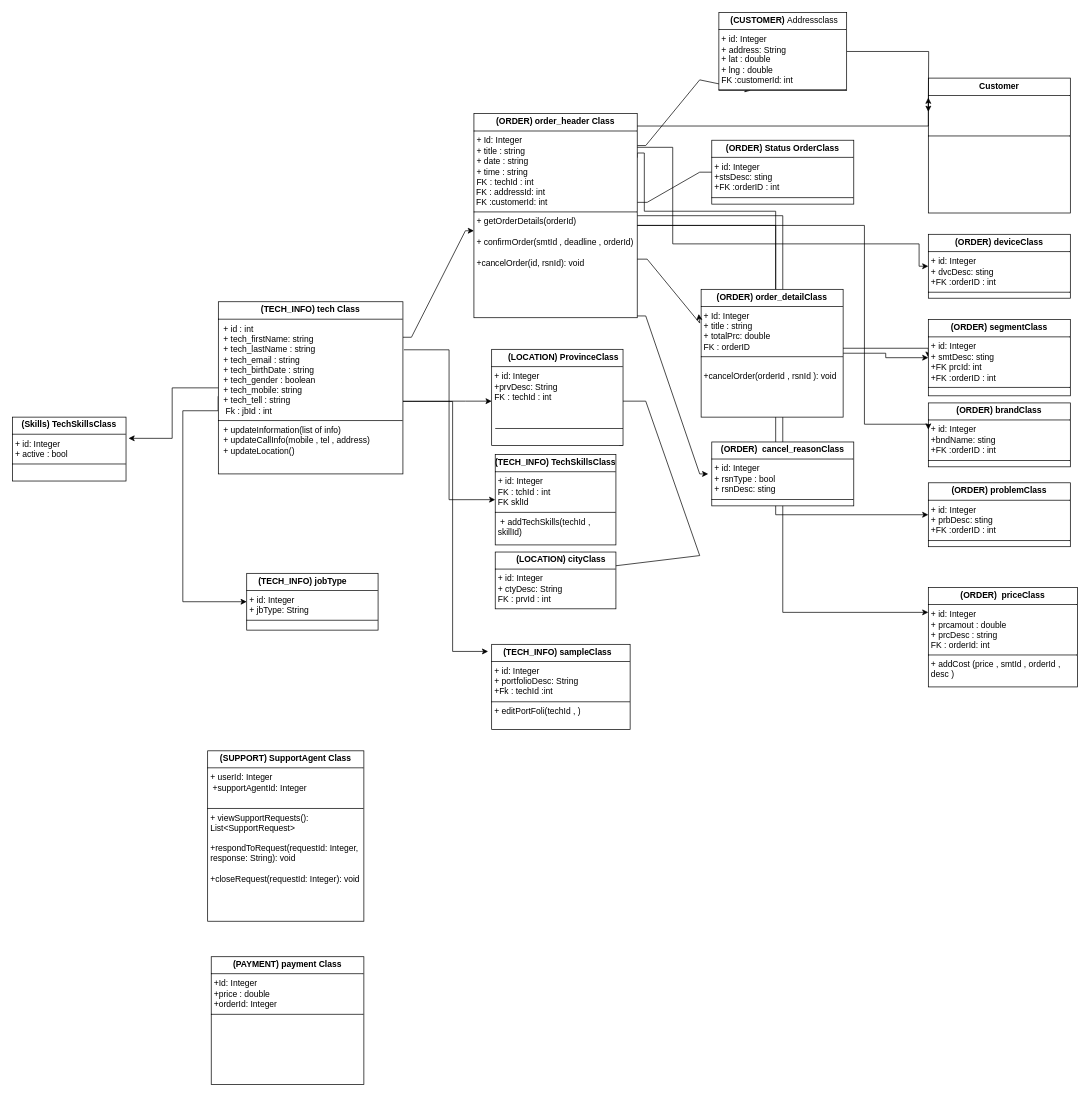
Above: tech.drawio in reyhanehSP/pwaTech (draw.io), before the change. Source tidied: cells renumbered, new cells numbered last; positions are measured from the earlier drawing's top-left corner, leaving out a move shared by most shapes. Both pictures are drawn from the tidied source at 71%, with x=0, y=0 at pixel (12, 12).
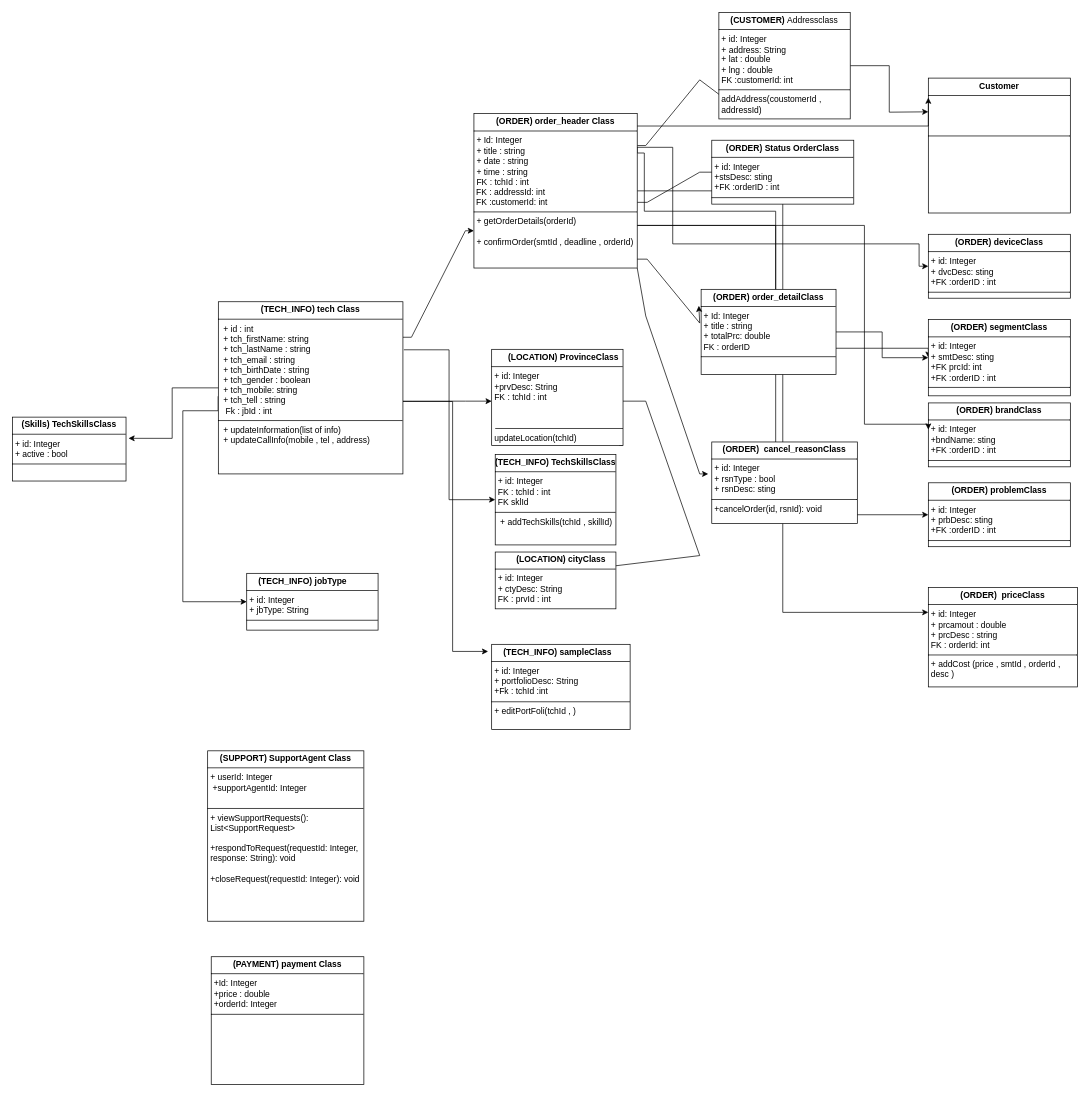
The same diagram, later.

Diff of the diagram source:
```diff
@@
-    <mxCell id="7" value="&lt;p style=&quot;margin:0px;margin-top:4px;text-align:center;&quot;&gt;&lt;b&gt;(TECH_INFO) tech Class&lt;/b&gt;&lt;/p&gt;&lt;hr size=&quot;1&quot; style=&quot;border-style:solid;&quot;&gt;&lt;p style=&quot;margin:0px;margin-left:4px;&quot;&gt;&amp;nbsp;+ id : int&lt;br&gt;&amp;nbsp;+ tech_firstName: string&lt;/p&gt;&lt;p style=&quot;margin:0px;margin-left:4px;&quot;&gt;&amp;nbsp;+&amp;nbsp;&lt;span style=&quot;background-color: initial;&quot;&gt;tech_&lt;/span&gt;&lt;span style=&quot;background-color: initial;&quot;&gt;lastName : string&lt;/span&gt;&lt;/p&gt;&lt;p style=&quot;margin:0px;margin-left:4px;&quot;&gt;&amp;nbsp;+&amp;nbsp;&lt;span style=&quot;background-color: initial;&quot;&gt;tech_&lt;/span&gt;&lt;span style=&quot;background-color: initial;&quot;&gt;email : string&lt;/span&gt;&lt;/p&gt;&lt;p style=&quot;margin:0px;margin-left:4px;&quot;&gt;&amp;nbsp;+ tech_birthDate : string&lt;/p&gt;&lt;p style=&quot;margin:0px;margin-left:4px;&quot;&gt;&amp;nbsp;+ tech_gender : boolean&lt;/p&gt;&lt;p style=&quot;margin:0px;margin-left:4px;&quot;&gt;&lt;span style=&quot;background-color: initial;&quot;&gt;&amp;nbsp;+ tech_mobile: string&lt;/span&gt;&lt;/p&gt;&lt;p style=&quot;margin:0px;margin-left:4px;&quot;&gt;&amp;nbsp;+ tech_tell : string&lt;/p&gt;&lt;p style=&quot;margin:0px;margin-left:4px;&quot;&gt;&amp;nbsp; Fk : jbId : int&lt;/p&gt;&lt;hr size=&quot;1&quot; style=&quot;border-style:solid;&quot;&gt;&lt;p style=&quot;margin:0px;margin-left:4px;&quot;&gt;&amp;nbsp;+ updateInformation(list of info)&lt;/p&gt;&lt;p style=&quot;margin:0px;margin-left:4px;&quot;&gt;&amp;nbsp;+ updateCallInfo(mobile , tel , address)&lt;br&gt;&amp;nbsp;+ updateLocation()&lt;br&gt;&amp;nbsp;&lt;br&gt;&amp;nbsp;&lt;br&gt;&lt;/p&gt;" style="verticalAlign=top;align=left;overflow=fill;html=1;whiteSpace=wrap;" parent="1" vertex="1">
+    <mxCell id="7" value="&lt;p style=&quot;margin:0px;margin-top:4px;text-align:center;&quot;&gt;&lt;b&gt;(TECH_INFO) tech Class&lt;/b&gt;&lt;/p&gt;&lt;hr size=&quot;1&quot; style=&quot;border-style:solid;&quot;&gt;&lt;p style=&quot;margin:0px;margin-left:4px;&quot;&gt;&amp;nbsp;+ id : int&lt;br&gt;&amp;nbsp;+ tch_firstName: string&lt;/p&gt;&lt;p style=&quot;margin:0px;margin-left:4px;&quot;&gt;&amp;nbsp;+&amp;nbsp;&lt;span style=&quot;background-color: initial;&quot;&gt;tch_&lt;/span&gt;&lt;span style=&quot;background-color: initial;&quot;&gt;lastName : string&lt;/span&gt;&lt;/p&gt;&lt;p style=&quot;margin:0px;margin-left:4px;&quot;&gt;&amp;nbsp;+&amp;nbsp;&lt;span style=&quot;background-color: initial;&quot;&gt;tch_&lt;/span&gt;&lt;span style=&quot;background-color: initial;&quot;&gt;email : string&lt;/span&gt;&lt;/p&gt;&lt;p style=&quot;margin:0px;margin-left:4px;&quot;&gt;&amp;nbsp;+ tch_birthDate : string&lt;/p&gt;&lt;p style=&quot;margin:0px;margin-left:4px;&quot;&gt;&amp;nbsp;+ tch_gender : boolean&lt;/p&gt;&lt;p style=&quot;margin:0px;margin-left:4px;&quot;&gt;&lt;span style=&quot;background-color: initial;&quot;&gt;&amp;nbsp;+ tch_mobile: string&lt;/span&gt;&lt;/p&gt;&lt;p style=&quot;margin:0px;margin-left:4px;&quot;&gt;&amp;nbsp;+ tch_tell : string&lt;/p&gt;&lt;p style=&quot;margin:0px;margin-left:4px;&quot;&gt;&amp;nbsp; Fk : jbId : int&lt;/p&gt;&lt;hr size=&quot;1&quot; style=&quot;border-style:solid;&quot;&gt;&lt;p style=&quot;margin:0px;margin-left:4px;&quot;&gt;&amp;nbsp;+ updateInformation(list of info)&lt;/p&gt;&lt;p style=&quot;margin:0px;margin-left:4px;&quot;&gt;&amp;nbsp;+ updateCallInfo(mobile , tel , address)&lt;br&gt;&amp;nbsp;&lt;br&gt;&amp;nbsp;&lt;br&gt;&amp;nbsp;&lt;br&gt;&lt;/p&gt;" style="verticalAlign=top;align=left;overflow=fill;html=1;whiteSpace=wrap;" parent="1" vertex="1">
       <mxGeometry x="290" y="407.5" width="260" height="242.5" as="geometry" />
     </mxCell>
-    <mxCell id="8" value="&lt;p style=&quot;margin:0px;margin-top:4px;text-align:center;&quot;&gt;&lt;b style=&quot;background-color: initial;&quot;&gt;(&lt;/b&gt;&lt;b&gt;TECH_INFO&lt;/b&gt;&lt;b style=&quot;background-color: initial;&quot;&gt;) Tech&lt;/b&gt;&lt;b&gt;&lt;span style=&quot;background-color: initial; text-align: left;&quot;&gt;SkillsC&lt;/span&gt;lass&lt;/b&gt;&lt;/p&gt;&lt;hr size=&quot;1&quot; style=&quot;border-style:solid;&quot;&gt;&lt;p style=&quot;margin:0px;margin-left:4px;&quot;&gt;+ id: Integer&lt;/p&gt;&lt;p style=&quot;margin:0px;margin-left:4px;&quot;&gt;FK : tchId : int&lt;/p&gt;&lt;p style=&quot;margin:0px;margin-left:4px;&quot;&gt;FK sklId&lt;/p&gt;&lt;hr size=&quot;1&quot; style=&quot;border-style:solid;&quot;&gt;&lt;p style=&quot;margin:0px;margin-left:4px;&quot;&gt;&amp;nbsp;+ addTech&lt;span style=&quot;background-color: initial;&quot;&gt;Skills(techId , skillId)&lt;/span&gt;&lt;/p&gt;" style="verticalAlign=top;align=left;overflow=fill;html=1;whiteSpace=wrap;" parent="1" vertex="1">
+    <mxCell id="8" value="&lt;p style=&quot;margin:0px;margin-top:4px;text-align:center;&quot;&gt;&lt;b style=&quot;background-color: initial;&quot;&gt;(&lt;/b&gt;&lt;b&gt;TECH_INFO&lt;/b&gt;&lt;b style=&quot;background-color: initial;&quot;&gt;) Tech&lt;/b&gt;&lt;b&gt;&lt;span style=&quot;background-color: initial; text-align: left;&quot;&gt;SkillsC&lt;/span&gt;lass&lt;/b&gt;&lt;/p&gt;&lt;hr size=&quot;1&quot; style=&quot;border-style:solid;&quot;&gt;&lt;p style=&quot;margin:0px;margin-left:4px;&quot;&gt;+ id: Integer&lt;/p&gt;&lt;p style=&quot;margin:0px;margin-left:4px;&quot;&gt;FK : tchId : int&lt;/p&gt;&lt;p style=&quot;margin:0px;margin-left:4px;&quot;&gt;FK sklId&lt;/p&gt;&lt;hr size=&quot;1&quot; style=&quot;border-style:solid;&quot;&gt;&lt;p style=&quot;margin:0px;margin-left:4px;&quot;&gt;&amp;nbsp;+ addTech&lt;span style=&quot;background-color: initial;&quot;&gt;Skills(tchId , skillId)&lt;/span&gt;&lt;/p&gt;" style="verticalAlign=top;align=left;overflow=fill;html=1;whiteSpace=wrap;" parent="1" vertex="1">
       <mxGeometry x="680" y="622.5" width="170" height="127.5" as="geometry" />
     </mxCell>
@@
-    <mxCell id="14" value="&lt;p style=&quot;margin:0px;margin-top:4px;text-align:center;&quot;&gt;&lt;b&gt;(ORDER)&amp;nbsp;&lt;/b&gt;&lt;b style=&quot;background-color: initial;&quot;&gt;order_header Class&lt;/b&gt;&lt;/p&gt;&lt;hr size=&quot;1&quot; style=&quot;border-style:solid;&quot;&gt;&lt;p style=&quot;margin:0px;margin-left:4px;&quot;&gt;+ Id: Integer&lt;/p&gt;&lt;p style=&quot;margin:0px;margin-left:4px;&quot;&gt;+ title : string&lt;/p&gt;&lt;p style=&quot;margin:0px;margin-left:4px;&quot;&gt;+ date : string&lt;br&gt;+ time : string&lt;br&gt;&lt;/p&gt;&lt;p style=&quot;margin:0px;margin-left:4px;&quot;&gt;&lt;span style=&quot;background-color: initial;&quot;&gt;FK : techId : int&lt;/span&gt;&lt;/p&gt;&amp;nbsp;FK : addressId: int&lt;div&gt;&amp;nbsp;FK :customerId: int&lt;br&gt;&lt;hr size=&quot;1&quot; style=&quot;border-style:solid;&quot;&gt;&lt;p style=&quot;margin:0px;margin-left:4px;&quot;&gt;+ getOrderDetails(orderId)&lt;/p&gt;&lt;p style=&quot;margin:0px;margin-left:4px;&quot;&gt;&lt;br&gt;+ confirmOrder(smtId , deadline , orderId)&lt;/p&gt;&lt;p style=&quot;margin:0px;margin-left:4px;&quot;&gt;&lt;br&gt;&lt;/p&gt;&lt;p style=&quot;margin:0px;margin-left:4px;&quot;&gt;+cancelOrder(id, rsnId): void&lt;/p&gt;&lt;p style=&quot;margin:0px;margin-left:4px;&quot;&gt;&amp;nbsp;&lt;/p&gt;&lt;p style=&quot;margin:0px;margin-left:4px;&quot;&gt;&lt;br&gt;&lt;br&gt;&lt;/p&gt;&lt;/div&gt;" style="verticalAlign=top;align=left;overflow=fill;html=1;whiteSpace=wrap;" parent="1" vertex="1">
-      <mxGeometry x="650" y="142.5" width="230" height="287.5" as="geometry" />
+    <mxCell id="14" value="&lt;p style=&quot;margin:0px;margin-top:4px;text-align:center;&quot;&gt;&lt;b&gt;(ORDER)&amp;nbsp;&lt;/b&gt;&lt;b style=&quot;background-color: initial;&quot;&gt;order_header Class&lt;/b&gt;&lt;/p&gt;&lt;hr size=&quot;1&quot; style=&quot;border-style:solid;&quot;&gt;&lt;p style=&quot;margin:0px;margin-left:4px;&quot;&gt;+ Id: Integer&lt;/p&gt;&lt;p style=&quot;margin:0px;margin-left:4px;&quot;&gt;+ title : string&lt;/p&gt;&lt;p style=&quot;margin:0px;margin-left:4px;&quot;&gt;+ date : string&lt;br&gt;+ time : string&lt;br&gt;&lt;/p&gt;&lt;p style=&quot;margin:0px;margin-left:4px;&quot;&gt;&lt;span style=&quot;background-color: initial;&quot;&gt;FK : tchId : int&lt;/span&gt;&lt;/p&gt;&amp;nbsp;FK : addressId: int&lt;div&gt;&amp;nbsp;FK :customerId: int&lt;br&gt;&lt;hr size=&quot;1&quot; style=&quot;border-style:solid;&quot;&gt;&lt;p style=&quot;margin:0px;margin-left:4px;&quot;&gt;+ getOrderDetails(orderId)&lt;/p&gt;&lt;p style=&quot;margin:0px;margin-left:4px;&quot;&gt;&lt;br&gt;+ confirmOrder(smtId , deadline , orderId)&lt;/p&gt;&lt;p style=&quot;margin:0px;margin-left:4px;&quot;&gt;&lt;br&gt;&lt;/p&gt;&lt;p style=&quot;margin:0px;margin-left:4px;&quot;&gt;&lt;br&gt;&lt;/p&gt;&lt;p style=&quot;margin:0px;margin-left:4px;&quot;&gt;&amp;nbsp;&lt;/p&gt;&lt;p style=&quot;margin:0px;margin-left:4px;&quot;&gt;&lt;br&gt;&lt;br&gt;&lt;/p&gt;&lt;/div&gt;" style="verticalAlign=top;align=left;overflow=fill;html=1;whiteSpace=wrap;" parent="1" vertex="1">
+      <mxGeometry x="650" y="142.5" width="230" height="217.5" as="geometry" />
     </mxCell>
@@
-    <mxCell id="20" value="&lt;p style=&quot;text-align: left; margin: 4px 0px 0px;&quot;&gt;&lt;b style=&quot;background-color: initial;&quot;&gt;&amp;nbsp; &amp;nbsp; &amp;nbsp;(CUSTOMER)&amp;nbsp;&lt;/b&gt;&lt;span style=&quot;background-color: initial;&quot;&gt;Address&lt;/span&gt;class&lt;/p&gt;&lt;hr size=&quot;1&quot; style=&quot;border-style:solid;&quot;&gt;&lt;p style=&quot;margin:0px;margin-left:4px;&quot;&gt;+ id: Integer&lt;/p&gt;&lt;p style=&quot;margin:0px;margin-left:4px;&quot;&gt;+ address: String&lt;/p&gt;&lt;p style=&quot;margin:0px;margin-left:4px;&quot;&gt;+ lat : double&lt;br&gt;+ lng : double&lt;/p&gt;&lt;p style=&quot;margin:0px;margin-left:4px;&quot;&gt;FK :customerId: int&lt;/p&gt;&lt;hr size=&quot;1&quot; style=&quot;border-style:solid;&quot;&gt;&lt;p style=&quot;margin:0px;margin-left:4px;&quot;&gt;&lt;br&gt;&lt;/p&gt;" style="verticalAlign=top;align=left;overflow=fill;html=1;whiteSpace=wrap;" parent="1" vertex="1">
-      <mxGeometry x="995" width="180" height="110" as="geometry" />
+    <mxCell id="20" value="&lt;p style=&quot;text-align: left; margin: 4px 0px 0px;&quot;&gt;&lt;b style=&quot;background-color: initial;&quot;&gt;&amp;nbsp; &amp;nbsp; &amp;nbsp;(CUSTOMER)&amp;nbsp;&lt;/b&gt;&lt;span style=&quot;background-color: initial;&quot;&gt;Address&lt;/span&gt;class&lt;/p&gt;&lt;hr size=&quot;1&quot; style=&quot;border-style:solid;&quot;&gt;&lt;p style=&quot;margin:0px;margin-left:4px;&quot;&gt;+ id: Integer&lt;/p&gt;&lt;p style=&quot;margin:0px;margin-left:4px;&quot;&gt;+ address: String&lt;/p&gt;&lt;p style=&quot;margin:0px;margin-left:4px;&quot;&gt;+ lat : double&lt;br&gt;+ lng : double&lt;/p&gt;&lt;p style=&quot;margin:0px;margin-left:4px;&quot;&gt;FK :customerId: int&lt;/p&gt;&lt;hr size=&quot;1&quot; style=&quot;border-style:solid;&quot;&gt;&lt;p style=&quot;margin:0px;margin-left:4px;&quot;&gt;addAddress(coustomerId , addressId)&lt;/p&gt;" style="verticalAlign=top;align=left;overflow=fill;html=1;whiteSpace=wrap;" parent="1" vertex="1">
+      <mxGeometry x="995" width="185" height="150" as="geometry" />
     </mxCell>
@@
-    <mxCell id="23" value="&lt;p style=&quot;text-align: left; margin: 4px 0px 0px;&quot;&gt;&lt;b style=&quot;background-color: initial;&quot;&gt;&amp;nbsp; &amp;nbsp; &amp;nbsp; &amp;nbsp;(&lt;/b&gt;&lt;b style=&quot;background-color: initial;&quot;&gt;LOCATION&lt;/b&gt;&lt;b style=&quot;background-color: initial;&quot;&gt;) &lt;/b&gt;&lt;span style=&quot;background-color: initial;&quot;&gt;&lt;b&gt;ProvinceC&lt;/b&gt;&lt;/span&gt;&lt;b&gt;lass&lt;/b&gt;&lt;/p&gt;&lt;hr size=&quot;1&quot; style=&quot;border-style:solid;&quot;&gt;&lt;p style=&quot;margin:0px;margin-left:4px;&quot;&gt;+ id: Integer&lt;/p&gt;&lt;p style=&quot;margin:0px;margin-left:4px;&quot;&gt;+prvDesc: String&lt;br&gt;FK : techId : int&lt;/p&gt;" style="verticalAlign=top;align=left;overflow=fill;html=1;whiteSpace=wrap;" parent="1" vertex="1">
+    <mxCell id="23" value="&lt;p style=&quot;text-align: left; margin: 4px 0px 0px;&quot;&gt;&lt;b style=&quot;background-color: initial;&quot;&gt;&amp;nbsp; &amp;nbsp; &amp;nbsp; &amp;nbsp;(&lt;/b&gt;&lt;b style=&quot;background-color: initial;&quot;&gt;LOCATION&lt;/b&gt;&lt;b style=&quot;background-color: initial;&quot;&gt;) &lt;/b&gt;&lt;span style=&quot;background-color: initial;&quot;&gt;&lt;b&gt;ProvinceC&lt;/b&gt;&lt;/span&gt;&lt;b&gt;lass&lt;/b&gt;&lt;/p&gt;&lt;hr size=&quot;1&quot; style=&quot;border-style:solid;&quot;&gt;&lt;p style=&quot;margin:0px;margin-left:4px;&quot;&gt;+ id: Integer&lt;/p&gt;&lt;p style=&quot;margin:0px;margin-left:4px;&quot;&gt;+prvDesc: String&lt;br&gt;FK : tchId : int&lt;/p&gt;&lt;p style=&quot;margin:0px;margin-left:4px;&quot;&gt;&lt;br&gt;&lt;/p&gt;&lt;p style=&quot;margin:0px;margin-left:4px;&quot;&gt;&lt;br&gt;&lt;/p&gt;&lt;p style=&quot;margin:0px;margin-left:4px;&quot;&gt;&lt;br&gt;&lt;/p&gt;&lt;p style=&quot;margin:0px;margin-left:4px;&quot;&gt;updateLocation(tchId)&lt;br&gt;&lt;/p&gt;" style="verticalAlign=top;align=left;overflow=fill;html=1;whiteSpace=wrap;" parent="1" vertex="1">
       <mxGeometry x="675" y="474.5" width="185" height="135.5" as="geometry" />
     </mxCell>
@@
-    <mxCell id="25" value="&lt;p style=&quot;text-align: left; margin: 4px 0px 0px;&quot;&gt;&lt;b style=&quot;background-color: initial;&quot;&gt;&amp;nbsp; &amp;nbsp; &amp;nbsp;(&lt;/b&gt;&lt;b style=&quot;text-align: center;&quot;&gt;TECH_INFO&lt;/b&gt;&lt;b style=&quot;background-color: initial;&quot;&gt;)&amp;nbsp;&lt;/b&gt;&lt;span style=&quot;background-color: initial;&quot;&gt;&lt;b&gt;sampleClass&lt;/b&gt;&lt;/span&gt;&lt;/p&gt;&lt;hr size=&quot;1&quot; style=&quot;border-style:solid;&quot;&gt;&lt;p style=&quot;margin:0px;margin-left:4px;&quot;&gt;+ id: Integer&lt;/p&gt;&lt;p style=&quot;margin:0px;margin-left:4px;&quot;&gt;+ p&lt;span style=&quot;background-color: initial;&quot;&gt;ortfolio&lt;/span&gt;&lt;span style=&quot;background-color: initial;&quot;&gt;Desc: String&lt;/span&gt;&lt;/p&gt;&lt;p style=&quot;margin:0px;margin-left:4px;&quot;&gt;&lt;span style=&quot;background-color: initial;&quot;&gt;+Fk : techId :int&lt;/span&gt;&lt;/p&gt;&lt;hr size=&quot;1&quot; style=&quot;border-style:solid;&quot;&gt;&lt;p style=&quot;margin:0px;margin-left:4px;&quot;&gt;+ editPortFoli(techId , )&lt;br&gt;&lt;/p&gt;" style="verticalAlign=top;align=left;overflow=fill;html=1;whiteSpace=wrap;" parent="1" vertex="1">
+    <mxCell id="25" value="&lt;p style=&quot;text-align: left; margin: 4px 0px 0px;&quot;&gt;&lt;b style=&quot;background-color: initial;&quot;&gt;&amp;nbsp; &amp;nbsp; &amp;nbsp;(&lt;/b&gt;&lt;b style=&quot;text-align: center;&quot;&gt;TECH_INFO&lt;/b&gt;&lt;b style=&quot;background-color: initial;&quot;&gt;)&amp;nbsp;&lt;/b&gt;&lt;span style=&quot;background-color: initial;&quot;&gt;&lt;b&gt;sampleClass&lt;/b&gt;&lt;/span&gt;&lt;/p&gt;&lt;hr size=&quot;1&quot; style=&quot;border-style:solid;&quot;&gt;&lt;p style=&quot;margin:0px;margin-left:4px;&quot;&gt;+ id: Integer&lt;/p&gt;&lt;p style=&quot;margin:0px;margin-left:4px;&quot;&gt;+ p&lt;span style=&quot;background-color: initial;&quot;&gt;ortfolio&lt;/span&gt;&lt;span style=&quot;background-color: initial;&quot;&gt;Desc: String&lt;/span&gt;&lt;/p&gt;&lt;p style=&quot;margin:0px;margin-left:4px;&quot;&gt;&lt;span style=&quot;background-color: initial;&quot;&gt;+Fk : tchId :int&lt;/span&gt;&lt;/p&gt;&lt;hr size=&quot;1&quot; style=&quot;border-style:solid;&quot;&gt;&lt;p style=&quot;margin:0px;margin-left:4px;&quot;&gt;+ editPortFoli(tchId , )&lt;br&gt;&lt;/p&gt;" style="verticalAlign=top;align=left;overflow=fill;html=1;whiteSpace=wrap;" parent="1" vertex="1">
       <mxGeometry x="675" y="890" width="195" height="120" as="geometry" />
     </mxCell>
@@
-    <mxCell id="27" value="&lt;p style=&quot;margin:0px;margin-top:4px;text-align:center;&quot;&gt;&lt;b&gt;(&lt;/b&gt;&lt;b&gt;ORDER&lt;/b&gt;&lt;b&gt;)&amp;nbsp;&lt;/b&gt;&lt;b style=&quot;background-color: initial;&quot;&gt;order_detailClass&lt;/b&gt;&lt;/p&gt;&lt;hr size=&quot;1&quot; style=&quot;border-style:solid;&quot;&gt;&lt;p style=&quot;margin:0px;margin-left:4px;&quot;&gt;+ Id: Integer&lt;/p&gt;&lt;p style=&quot;margin:0px;margin-left:4px;&quot;&gt;+ title : string&lt;/p&gt;&lt;p style=&quot;margin:0px;margin-left:4px;&quot;&gt;+ totalPrc: double&lt;/p&gt;&lt;p style=&quot;margin:0px;margin-left:4px;&quot;&gt;FK : orderID&lt;/p&gt;&lt;hr size=&quot;1&quot; style=&quot;border-style:solid;&quot;&gt;&lt;p style=&quot;margin:0px;margin-left:4px;&quot;&gt;&lt;br&gt;+cancelOrder(orderId , rsnId ): void&lt;br&gt;&lt;br&gt;&lt;br&gt;&lt;/p&gt;" style="verticalAlign=top;align=left;overflow=fill;html=1;whiteSpace=wrap;" parent="1" vertex="1">
-      <mxGeometry x="970" y="390" width="200" height="180" as="geometry" />
+    <mxCell id="27" value="&lt;p style=&quot;margin:0px;margin-top:4px;text-align:center;&quot;&gt;&lt;b&gt;(&lt;/b&gt;&lt;b&gt;ORDER&lt;/b&gt;&lt;b&gt;)&amp;nbsp;&lt;/b&gt;&lt;b style=&quot;background-color: initial;&quot;&gt;order_detailClass&lt;/b&gt;&lt;/p&gt;&lt;hr size=&quot;1&quot; style=&quot;border-style:solid;&quot;&gt;&lt;p style=&quot;margin:0px;margin-left:4px;&quot;&gt;+ Id: Integer&lt;/p&gt;&lt;p style=&quot;margin:0px;margin-left:4px;&quot;&gt;+ title : string&lt;/p&gt;&lt;p style=&quot;margin:0px;margin-left:4px;&quot;&gt;+ totalPrc: double&lt;/p&gt;&lt;p style=&quot;margin:0px;margin-left:4px;&quot;&gt;FK : orderID&lt;/p&gt;&lt;hr size=&quot;1&quot; style=&quot;border-style:solid;&quot;&gt;&lt;p style=&quot;margin:0px;margin-left:4px;&quot;&gt;&lt;br&gt;&lt;br&gt;&lt;br&gt;&lt;br&gt;&lt;/p&gt;" style="verticalAlign=top;align=left;overflow=fill;html=1;whiteSpace=wrap;" parent="1" vertex="1">
+      <mxGeometry x="970" y="390" width="190" height="120" as="geometry" />
     </mxCell>
@@
-    <mxCell id="34" value="&lt;p style=&quot;margin:0px;margin-top:4px;text-align:center;&quot;&gt;&lt;b&gt;(&lt;/b&gt;&lt;b&gt;ORDER&lt;/b&gt;&lt;span style=&quot;background-color: initial;&quot;&gt;&lt;b&gt;)&amp;nbsp; cancel_reasonClass&lt;/b&gt;&lt;/span&gt;&lt;/p&gt;&lt;hr size=&quot;1&quot; style=&quot;border-style:solid;&quot;&gt;&lt;p style=&quot;margin:0px;margin-left:4px;&quot;&gt;+ id: Integer&lt;/p&gt;&lt;p style=&quot;margin:0px;margin-left:4px;&quot;&gt;+ rsnType : bool&lt;/p&gt;&lt;p style=&quot;margin:0px;margin-left:4px;&quot;&gt;+ rsnDesc:&amp;nbsp;&lt;span style=&quot;background-color: initial;&quot;&gt;sting&lt;/span&gt;&lt;/p&gt;&lt;hr size=&quot;1&quot; style=&quot;border-style:solid;&quot;&gt;&lt;p style=&quot;margin:0px;margin-left:4px;&quot;&gt;&lt;br&gt;&lt;br&gt;&lt;br&gt;&lt;/p&gt;" style="verticalAlign=top;align=left;overflow=fill;html=1;whiteSpace=wrap;" parent="1" vertex="1">
-      <mxGeometry x="985" y="605" width="200" height="90" as="geometry" />
+    <mxCell id="34" value="&lt;p style=&quot;margin:0px;margin-top:4px;text-align:center;&quot;&gt;&lt;b&gt;(&lt;/b&gt;&lt;b&gt;ORDER&lt;/b&gt;&lt;span style=&quot;background-color: initial;&quot;&gt;&lt;b&gt;)&amp;nbsp; cancel_reasonClass&lt;/b&gt;&lt;/span&gt;&lt;/p&gt;&lt;hr size=&quot;1&quot; style=&quot;border-style:solid;&quot;&gt;&lt;p style=&quot;margin:0px;margin-left:4px;&quot;&gt;+ id: Integer&lt;/p&gt;&lt;p style=&quot;margin:0px;margin-left:4px;&quot;&gt;+ rsnType : bool&lt;/p&gt;&lt;p style=&quot;margin:0px;margin-left:4px;&quot;&gt;+ rsnDesc:&amp;nbsp;&lt;span style=&quot;background-color: initial;&quot;&gt;sting&lt;/span&gt;&lt;/p&gt;&lt;hr size=&quot;1&quot; style=&quot;border-style:solid;&quot;&gt;&lt;p style=&quot;margin:0px;margin-left:4px;&quot;&gt;+cancelOrder(id, rsnId): void&lt;br&gt;&lt;br&gt;&lt;br&gt;&lt;/p&gt;" style="verticalAlign=top;align=left;overflow=fill;html=1;whiteSpace=wrap;" parent="1" vertex="1">
+      <mxGeometry x="985" y="605" width="205" height="115" as="geometry" />
     </mxCell>
```
